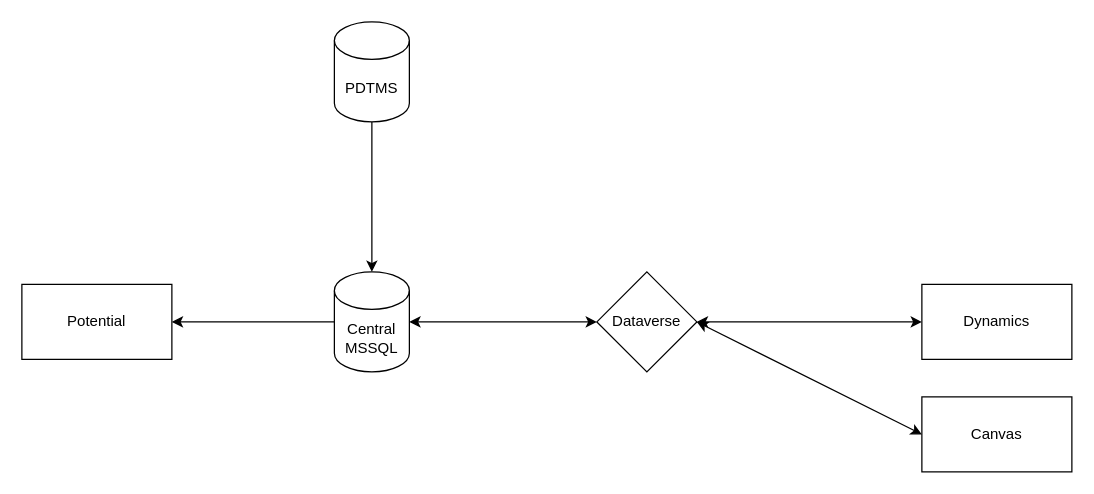
The draw.io diagram page "Data Flow" (3 of 5) of Project CTC Board.drawio in kichichoi102/project-ctc-board, before the edit. Source tidied: cells renumbered, new cells numbered last; positions are measured from the earlier drawing's top-left corner, leaving out a move shared by most shapes. Both pictures are drawn from the tidied source at 125%, with x=0, y=0 at pixel (21, 21).
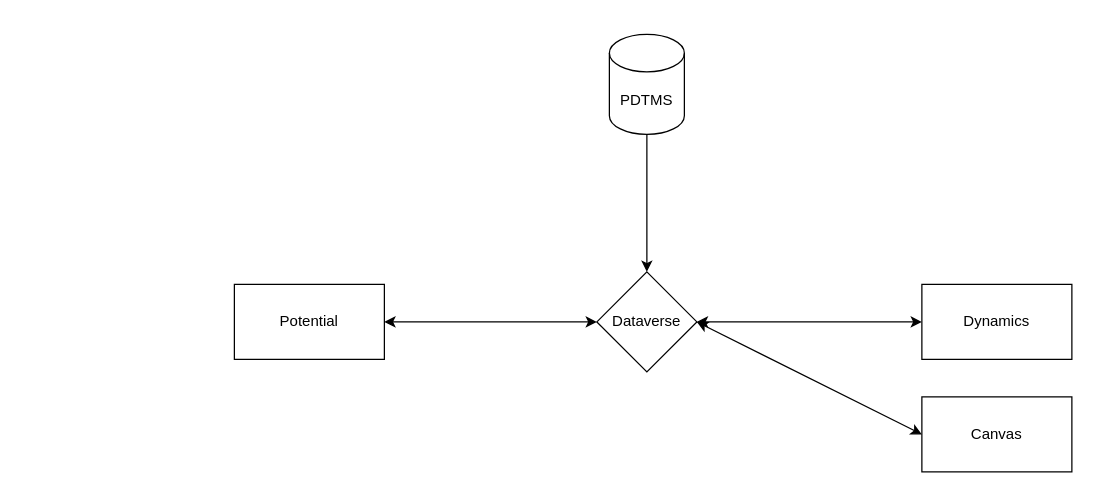
The same page after the edit.

Change to the diagram source:
```diff
@@
 <mxGraphModel>
   <root>
     <mxCell id="0" />
     <mxCell id="1" parent="0" />
     <mxCell id="2" value="PDTMS" style="shape=cylinder3;whiteSpace=wrap;html=1;boundedLbl=1;backgroundOutline=1;size=15;" parent="1" vertex="1">
-      <mxGeometry x="250" width="60" height="80" as="geometry" />
+      <mxGeometry x="470" y="10" width="60" height="80" as="geometry" />
     </mxCell>
-    <mxCell id="3" value="Central MSSQL" style="shape=cylinder3;whiteSpace=wrap;html=1;boundedLbl=1;backgroundOutline=1;size=15;" parent="1" vertex="1">
-      <mxGeometry x="250" y="200" width="60" height="80" as="geometry" />
-    </mxCell>
     <mxCell id="4" value="Dataverse" style="rhombus;whiteSpace=wrap;html=1;" parent="1" vertex="1">
       <mxGeometry x="460" y="200" width="80" height="80" as="geometry" />
     </mxCell>
     <mxCell id="5" value="Dynamics" style="rounded=0;whiteSpace=wrap;html=1;" parent="1" vertex="1">
       <mxGeometry x="720" y="210" width="120" height="60" as="geometry" />
     </mxCell>
     <mxCell id="6" value="Canvas" style="rounded=0;whiteSpace=wrap;html=1;" parent="1" vertex="1">
       <mxGeometry x="720" y="300" width="120" height="60" as="geometry" />
     </mxCell>
     <mxCell id="7" value="Potential" style="rounded=0;whiteSpace=wrap;html=1;" parent="1" vertex="1">
-      <mxGeometry y="210" width="120" height="60" as="geometry" />
+      <mxGeometry x="170" y="210" width="120" height="60" as="geometry" />
     </mxCell>
-    <mxCell id="8" style="endArrow=classic;html=1;rounded=0;exitX=0.5;exitY=1;exitDx=0;exitDy=0;exitPerimeter=0;" parent="1" edge="1" source="2" target="3">
+    <mxCell id="8" style="endArrow=classic;html=1;rounded=0;exitX=0.5;exitY=1;exitDx=0;exitDy=0;exitPerimeter=0;entryX=0.5;entryY=0;entryDx=0;entryDy=0;" parent="1" edge="1" source="2" target="4">
       <mxGeometry relative="1" as="geometry" />
     </mxCell>
-    <mxCell id="9" style="endArrow=classic;startArrow=classic;html=1;rounded=0;entryX=0;entryY=0.5;entryDx=0;entryDy=0;exitX=1;exitY=0.5;exitDx=0;exitDy=0;exitPerimeter=0;" parent="1" edge="1" source="3" target="4">
+    <mxCell id="9" style="endArrow=classic;startArrow=classic;html=1;rounded=0;entryX=0;entryY=0.5;entryDx=0;entryDy=0;exitX=1;exitY=0.5;exitDx=0;exitDy=0;" parent="1" edge="1" source="7" target="4">
       <mxGeometry relative="1" as="geometry" />
     </mxCell>
     <mxCell id="10" style="endArrow=classic;startArrow=classic;html=1;rounded=0;entryX=0;entryY=0.5;entryDx=0;entryDy=0;exitX=1;exitY=0.5;exitDx=0;exitDy=0;" parent="1" edge="1" source="4" target="5">
       <mxGeometry relative="1" as="geometry" />
     </mxCell>
     <mxCell id="11" style="endArrow=classic;startArrow=classic;html=1;rounded=0;entryX=0;entryY=0.5;entryDx=0;entryDy=0;exitX=1;exitY=0.5;exitDx=0;exitDy=0;" parent="1" edge="1" source="4" target="6">
       <mxGeometry relative="1" as="geometry" />
     </mxCell>
-    <mxCell id="12" style="endArrow=classic;html=1;rounded=0;entryX=1;entryY=0.5;entryDx=0;entryDy=0;exitX=0;exitY=0.5;exitDx=0;exitDy=0;exitPerimeter=0;" parent="1" edge="1" source="3" target="7">
-      <mxGeometry relative="1" as="geometry" />
-    </mxCell>
   </root>
 </mxGraphModel>
```
